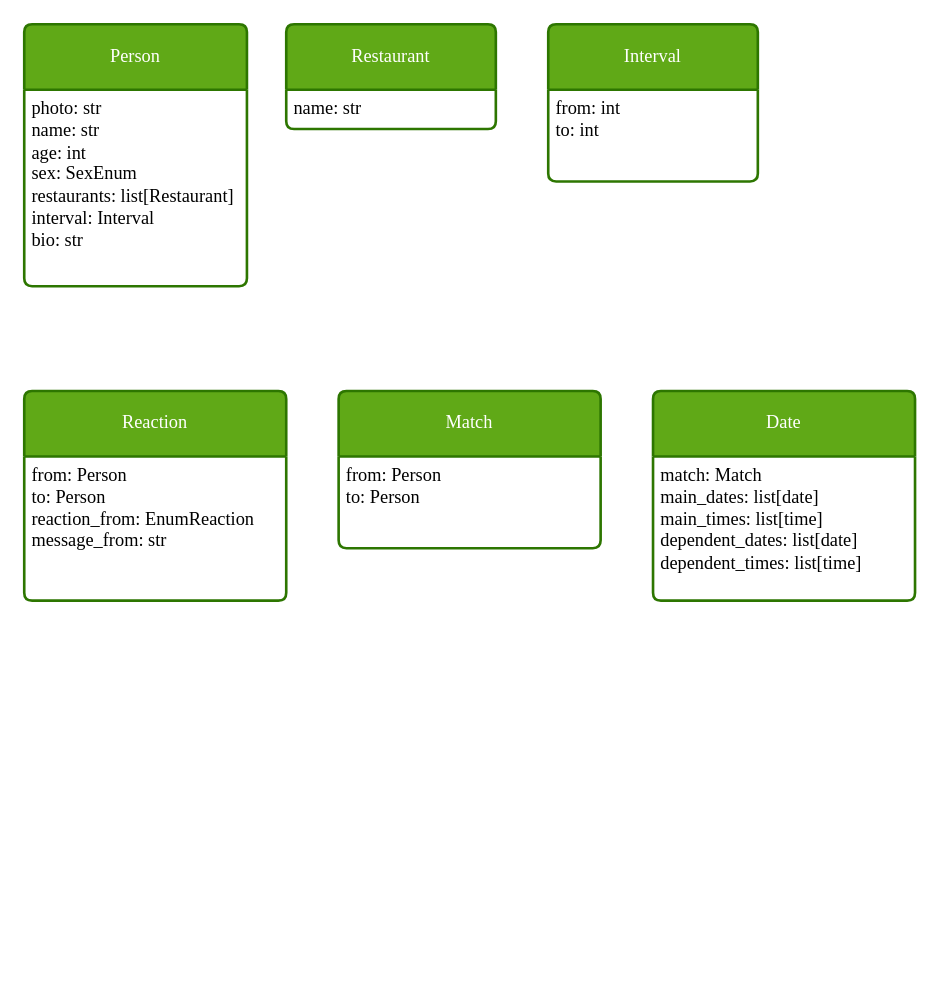
Above: match.drawio in KmvRoman/Diagrams (draw.io), before the change. Source tidied: cells renumbered, new cells numbered last; positions are measured from the earlier drawing's top-left corner, leaving out a move shared by most shapes. Both pictures are drawn from the tidied source at 131%, with x=0, y=0 at pixel (24, 24).
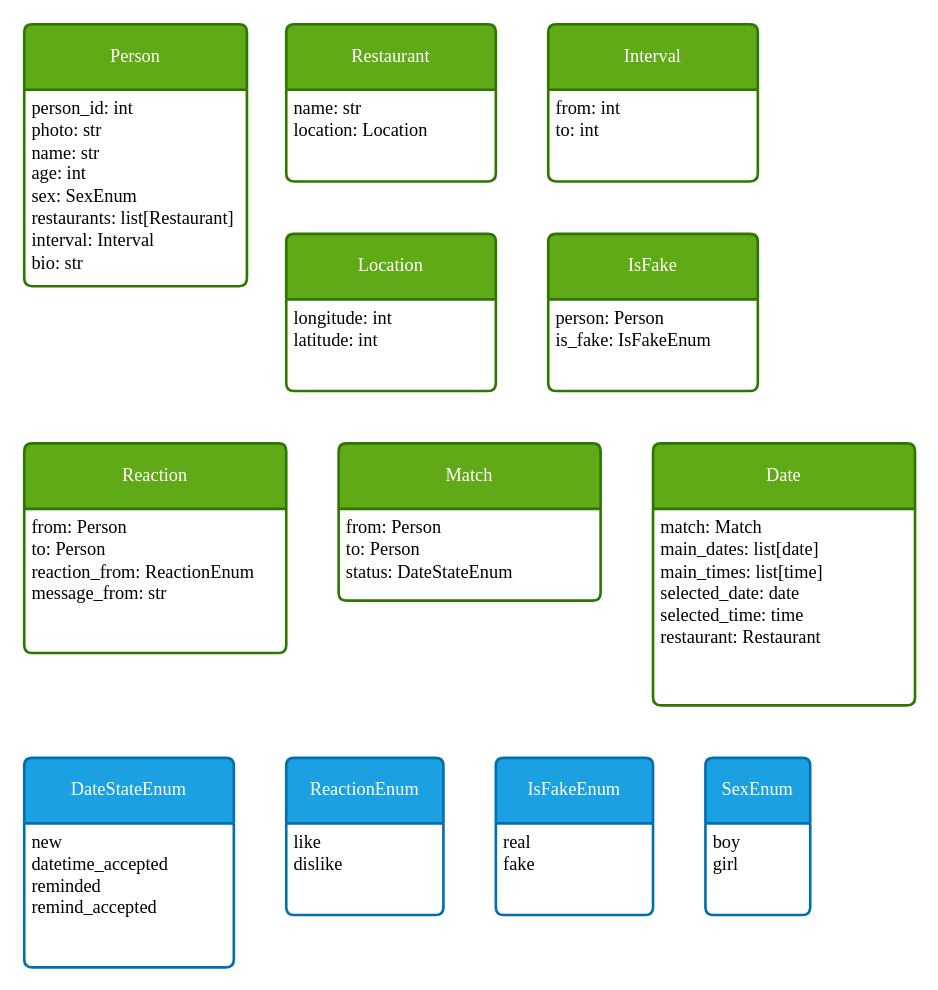
After the change.

The change refers to these unchanged cells:
```xml
<mxCell id="2" value="Person" style="swimlane;horizontal=1;startSize=50;rounded=1;fontSize=14;fontStyle=0;strokeWidth=2;shadow=0;dashed=0;align=center;arcSize=4;whiteSpace=wrap;html=1;fontFamily=Times New Roman;fillColor=#60a917;fontColor=#ffffff;strokeColor=#2D7600;" parent="1" vertex="1">
  <mxGeometry width="170" height="200" as="geometry" />
</mxCell>
```

Change to the diagram source:
```diff
@@
-    <mxCell id="3" value="photo: str&lt;br&gt;name: str&lt;br style=&quot;font-size: 14px;&quot;&gt;age: int&lt;br style=&quot;font-size: 14px;&quot;&gt;sex: SexEnum&lt;br style=&quot;font-size: 14px;&quot;&gt;restaurants: list[Restaurant]&lt;br style=&quot;font-size: 14px;&quot;&gt;interval: Interval&lt;br style=&quot;font-size: 14px;&quot;&gt;bio: str" style="align=left;strokeColor=none;fillColor=none;spacingLeft=4;fontSize=14;verticalAlign=top;html=1;fontFamily=Times New Roman;" parent="2" vertex="1">
+    <mxCell id="3" value="person_id: int&lt;br&gt;photo: str&lt;br&gt;name: str&lt;br style=&quot;font-size: 14px;&quot;&gt;age: int&lt;br style=&quot;font-size: 14px;&quot;&gt;sex: SexEnum&lt;br style=&quot;font-size: 14px;&quot;&gt;restaurants: list[Restaurant]&lt;br style=&quot;font-size: 14px;&quot;&gt;interval: Interval&lt;br style=&quot;font-size: 14px;&quot;&gt;bio: str" style="align=left;strokeColor=none;fillColor=none;spacingLeft=4;fontSize=14;verticalAlign=top;html=1;fontFamily=Times New Roman;" parent="2" vertex="1">
       <mxGeometry y="50" width="170" height="150" as="geometry" />
     </mxCell>
     <mxCell id="4" value="Restaurant" style="swimlane;horizontal=1;startSize=50;rounded=1;fontSize=14;fontStyle=0;strokeWidth=2;shadow=0;dashed=0;align=center;arcSize=4;whiteSpace=wrap;html=1;fontFamily=Times New Roman;fillColor=#60a917;fontColor=#ffffff;strokeColor=#2D7600;" parent="1" vertex="1">
-      <mxGeometry x="200" width="160" height="80" as="geometry" />
+      <mxGeometry x="200" width="160" height="120" as="geometry" />
     </mxCell>
-    <mxCell id="5" value="name: str" style="align=left;strokeColor=none;fillColor=none;spacingLeft=4;fontSize=14;verticalAlign=top;html=1;fontFamily=Times New Roman;" parent="4" vertex="1">
-      <mxGeometry y="50" width="160" height="30" as="geometry" />
+    <mxCell id="5" value="name: str&lt;br&gt;location: Location" style="align=left;strokeColor=none;fillColor=none;spacingLeft=4;fontSize=14;verticalAlign=top;html=1;fontFamily=Times New Roman;" parent="4" vertex="1">
+      <mxGeometry y="50" width="160" height="70" as="geometry" />
     </mxCell>
@@
     <mxCell id="8" value="Reaction" style="swimlane;horizontal=1;startSize=50;rounded=1;fontSize=14;fontStyle=0;strokeWidth=2;shadow=0;dashed=0;align=center;arcSize=4;whiteSpace=wrap;html=1;fontFamily=Times New Roman;fillColor=#60a917;fontColor=#ffffff;strokeColor=#2D7600;" parent="1" vertex="1">
-      <mxGeometry y="280" width="200" height="160" as="geometry" />
+      <mxGeometry y="320" width="200" height="160" as="geometry" />
     </mxCell>
-    <mxCell id="9" value="from: Person&lt;br style=&quot;font-size: 14px;&quot;&gt;to: Person&lt;br&gt;reaction_from: EnumReaction&lt;br&gt;message_from: str" style="align=left;strokeColor=none;fillColor=none;spacingLeft=4;fontSize=14;verticalAlign=top;html=1;fontFamily=Times New Roman;" parent="8" vertex="1">
+    <mxCell id="9" value="from: Person&lt;br style=&quot;font-size: 14px;&quot;&gt;to: Person&lt;br&gt;reaction_from: ReactionEnum&lt;br&gt;message_from: str" style="align=left;strokeColor=none;fillColor=none;spacingLeft=4;fontSize=14;verticalAlign=top;html=1;fontFamily=Times New Roman;" parent="8" vertex="1">
       <mxGeometry y="50" width="200" height="110" as="geometry" />
     </mxCell>
+    <mxCell id="14" style="rounded=1;whiteSpace=wrap;html=1;fillColor=none;" parent="8" vertex="1">
+      <mxGeometry y="160" width="200" as="geometry" />
+    </mxCell>
     <mxCell id="10" value="Match" style="swimlane;horizontal=1;startSize=50;rounded=1;fontSize=14;fontStyle=0;strokeWidth=2;shadow=0;dashed=0;align=center;arcSize=4;whiteSpace=wrap;html=1;fontFamily=Times New Roman;fillColor=#60a917;fontColor=#ffffff;strokeColor=#2D7600;" parent="1" vertex="1">
-      <mxGeometry x="240" y="280" width="200" height="120" as="geometry" />
+      <mxGeometry x="240" y="320" width="200" height="120" as="geometry" />
     </mxCell>
-    <mxCell id="11" value="from: Person&lt;br style=&quot;font-size: 14px;&quot;&gt;to: Person" style="align=left;strokeColor=none;fillColor=none;spacingLeft=4;fontSize=14;verticalAlign=top;html=1;fontFamily=Times New Roman;" parent="10" vertex="1">
+    <mxCell id="11" value="from: Person&lt;br style=&quot;font-size: 14px;&quot;&gt;to: Person&lt;br&gt;status: DateStateEnum" style="align=left;strokeColor=none;fillColor=none;spacingLeft=4;fontSize=14;verticalAlign=top;html=1;fontFamily=Times New Roman;" parent="10" vertex="1">
       <mxGeometry y="50" width="200" height="70" as="geometry" />
     </mxCell>
     <mxCell id="12" value="Date" style="swimlane;horizontal=1;startSize=50;rounded=1;fontSize=14;fontStyle=0;strokeWidth=2;shadow=0;dashed=0;align=center;arcSize=4;whiteSpace=wrap;html=1;fontFamily=Times New Roman;fillColor=#60a917;fontColor=#ffffff;strokeColor=#2D7600;" parent="1" vertex="1">
-      <mxGeometry x="480" y="280" width="200" height="160" as="geometry" />
+      <mxGeometry x="480" y="320" width="200" height="200" as="geometry" />
     </mxCell>
-    <mxCell id="13" value="match: Match&lt;br&gt;main_dates: list[date]&lt;br&gt;main_times: list[time]&lt;br&gt;dependent_dates: list[date]&lt;br&gt;dependent_times: list[time]" style="align=left;strokeColor=none;fillColor=none;spacingLeft=4;fontSize=14;verticalAlign=top;html=1;fontFamily=Times New Roman;" parent="12" vertex="1">
-      <mxGeometry y="50" width="200" height="110" as="geometry" />
+    <mxCell id="13" value="match: Match&lt;br&gt;main_dates: list[date]&lt;br&gt;main_times: list[time]&lt;br&gt;selected_date: date&lt;br&gt;selected_time: time&lt;br&gt;restaurant: Restaurant" style="align=left;strokeColor=none;fillColor=none;spacingLeft=4;fontSize=14;verticalAlign=top;html=1;fontFamily=Times New Roman;" parent="12" vertex="1">
+      <mxGeometry y="50" width="200" height="150" as="geometry" />
     </mxCell>
+    <mxCell id="15" style="rounded=1;whiteSpace=wrap;html=1;" parent="12" vertex="1">
+      <mxGeometry y="200" width="200" as="geometry" />
+    </mxCell>
+    <mxCell id="16" value="Location" style="swimlane;horizontal=1;startSize=50;rounded=1;fontSize=14;fontStyle=0;strokeWidth=2;shadow=0;dashed=0;align=center;arcSize=4;whiteSpace=wrap;html=1;fontFamily=Times New Roman;fillColor=#60a917;fontColor=#ffffff;strokeColor=#2D7600;" parent="1" vertex="1">
+      <mxGeometry x="200" y="160" width="160" height="120" as="geometry" />
+    </mxCell>
+    <mxCell id="17" value="longitude: int&lt;br style=&quot;font-size: 14px;&quot;&gt;latitude: int" style="align=left;strokeColor=none;fillColor=none;spacingLeft=4;fontSize=14;verticalAlign=top;html=1;fontFamily=Times New Roman;" parent="16" vertex="1">
+      <mxGeometry y="50" width="160" height="70" as="geometry" />
+    </mxCell>
+    <mxCell id="18" value="IsFake" style="swimlane;horizontal=1;startSize=50;rounded=1;fontSize=14;fontStyle=0;strokeWidth=2;shadow=0;dashed=0;align=center;arcSize=4;whiteSpace=wrap;html=1;fontFamily=Times New Roman;fillColor=#60a917;fontColor=#ffffff;strokeColor=#2D7600;" parent="1" vertex="1">
+      <mxGeometry x="400" y="160" width="160" height="120" as="geometry" />
+    </mxCell>
+    <mxCell id="19" value="person: Person&lt;br&gt;is_fake: IsFakeEnum" style="align=left;strokeColor=none;fillColor=none;spacingLeft=4;fontSize=14;verticalAlign=top;html=1;fontFamily=Times New Roman;" parent="18" vertex="1">
+      <mxGeometry y="50" width="160" height="70" as="geometry" />
+    </mxCell>
+    <mxCell id="20" value="DateStateEnum" style="swimlane;horizontal=1;startSize=50;rounded=1;fontSize=14;fontStyle=0;strokeWidth=2;shadow=0;dashed=0;align=center;arcSize=4;whiteSpace=wrap;html=1;fontFamily=Times New Roman;fillColor=#1ba1e2;fontColor=#ffffff;strokeColor=#006EAF;" parent="1" vertex="1">
+      <mxGeometry y="560" width="160" height="160" as="geometry" />
+    </mxCell>
+    <mxCell id="21" value="new&lt;br&gt;datetime_accepted&lt;br&gt;reminded&lt;br&gt;remind_accepted" style="align=left;strokeColor=none;fillColor=none;spacingLeft=4;fontSize=14;verticalAlign=top;html=1;fontFamily=Times New Roman;" parent="20" vertex="1">
+      <mxGeometry y="50" width="160" height="110" as="geometry" />
+    </mxCell>
+    <mxCell id="22" value="SexEnum" style="swimlane;horizontal=1;startSize=50;rounded=1;fontSize=14;fontStyle=0;strokeWidth=2;shadow=0;dashed=0;align=center;arcSize=4;whiteSpace=wrap;html=1;fontFamily=Times New Roman;fillColor=#1ba1e2;fontColor=#ffffff;strokeColor=#006EAF;" parent="1" vertex="1">
+      <mxGeometry x="520" y="560" width="80" height="120" as="geometry" />
+    </mxCell>
+    <mxCell id="23" value="boy&lt;br&gt;girl" style="align=left;strokeColor=none;fillColor=none;spacingLeft=4;fontSize=14;verticalAlign=top;html=1;fontFamily=Times New Roman;" parent="22" vertex="1">
+      <mxGeometry y="50" width="80" height="70" as="geometry" />
+    </mxCell>
+    <mxCell id="24" value="ReactionEnum" style="swimlane;horizontal=1;startSize=50;rounded=1;fontSize=14;fontStyle=0;strokeWidth=2;shadow=0;dashed=0;align=center;arcSize=4;whiteSpace=wrap;html=1;fontFamily=Times New Roman;fillColor=#1ba1e2;fontColor=#ffffff;strokeColor=#006EAF;" parent="1" vertex="1">
+      <mxGeometry x="200" y="560" width="120" height="120" as="geometry" />
+    </mxCell>
+    <mxCell id="25" value="like&lt;br&gt;dislike" style="align=left;strokeColor=none;fillColor=none;spacingLeft=4;fontSize=14;verticalAlign=top;html=1;fontFamily=Times New Roman;" parent="24" vertex="1">
+      <mxGeometry y="50" width="120" height="70" as="geometry" />
+    </mxCell>
+    <mxCell id="26" value="IsFakeEnum" style="swimlane;horizontal=1;startSize=50;rounded=1;fontSize=14;fontStyle=0;strokeWidth=2;shadow=0;dashed=0;align=center;arcSize=4;whiteSpace=wrap;html=1;fontFamily=Times New Roman;fillColor=#1ba1e2;fontColor=#ffffff;strokeColor=#006EAF;" parent="1" vertex="1">
+      <mxGeometry x="360" y="560" width="120" height="120" as="geometry" />
+    </mxCell>
+    <mxCell id="27" value="real&lt;br&gt;fake" style="align=left;strokeColor=none;fillColor=none;spacingLeft=4;fontSize=14;verticalAlign=top;html=1;fontFamily=Times New Roman;" parent="26" vertex="1">
+      <mxGeometry y="50" width="120" height="70" as="geometry" />
+    </mxCell>
```
